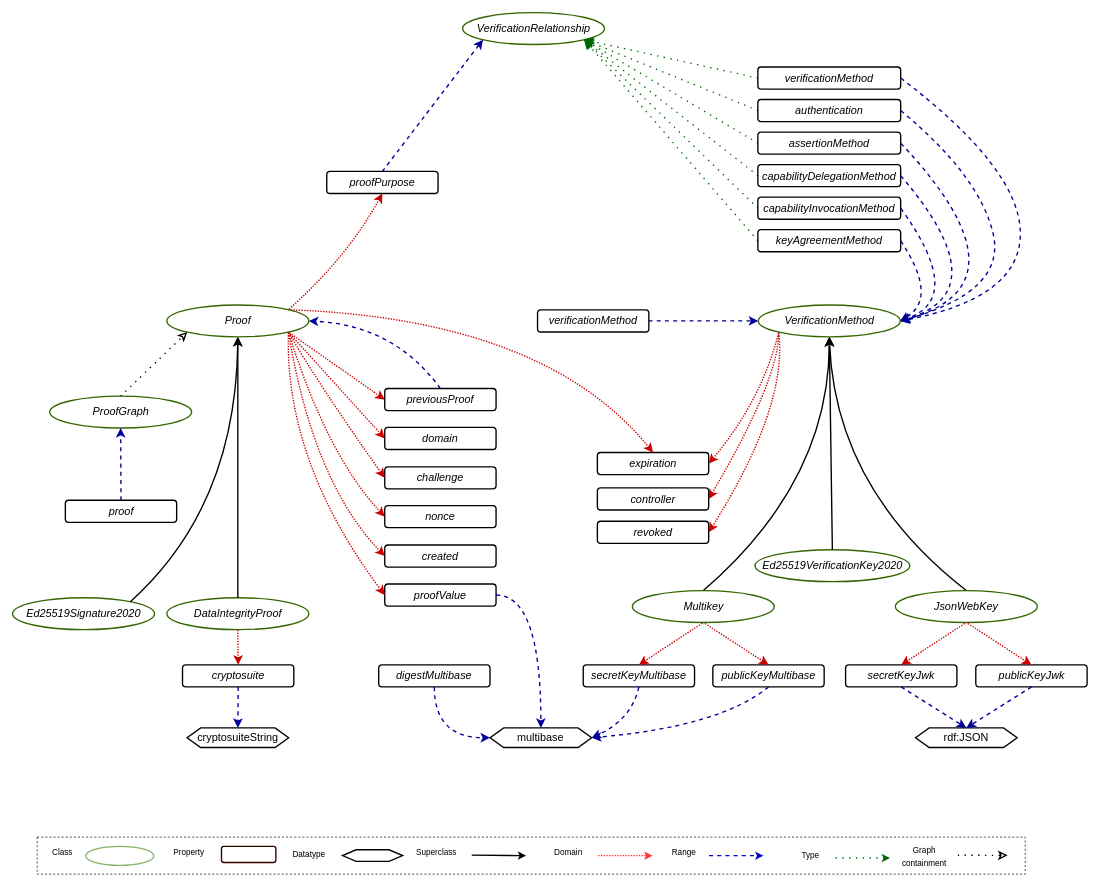
This is vocab/security/vocabulary.drawio from TallTed/vc-data-integrity, a draw.io file, before an edit. Source tidied: cells renumbered, new cells numbered last; positions are measured from the earlier drawing's top-left corner, leaving out a move shared by most shapes. Both pictures are drawn from the tidied source at 68%, with x=0, y=0 at pixel (12, 12).
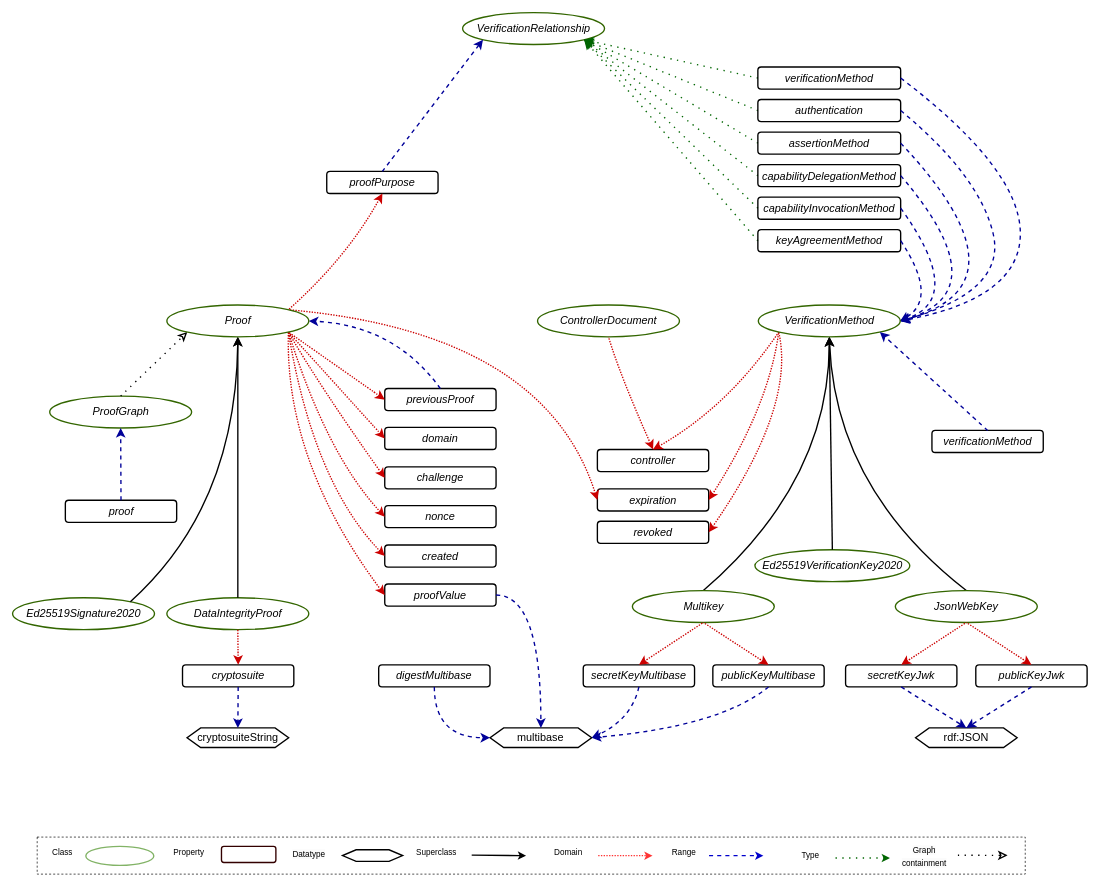
After the change.

Commit message (it also covers changes not shown here):
Added the new domain for the controller property, and modified the diagram

Unchanged cells that the change refers to:
```xml
<mxCell id="29" value="&lt;i&gt;revoked&lt;/i&gt;" style="rounded=1;whiteSpace=wrap;html=1;fontSize=16;fillColor=none;strokeWidth=2;" parent="1" vertex="1">
  <mxGeometry x="860" y="748" width="163.7" height="32.5" as="geometry" />
</mxCell>
<mxCell id="109" value="&lt;i&gt;VerificationMethod&lt;/i&gt;" style="ellipse;whiteSpace=wrap;html=1;fontSize=16;fillColor=none;strokeWidth=2;strokeColor=#336600;" parent="1" vertex="1">
  <mxGeometry x="1096.7" y="430" width="208.7" height="46.9" as="geometry" />
</mxCell>
<mxCell id="110" value="&lt;i&gt;Proof&lt;/i&gt;" style="ellipse;whiteSpace=wrap;html=1;fontSize=16;fillColor=none;strokeWidth=2;strokeColor=#336600;pointer-events=&quot;all&quot;;" parent="1" vertex="1">
  <mxGeometry x="226.9" y="430" width="208.7" height="46.9" as="geometry" />
</mxCell>
```

Change to the diagram source:
```diff
@@
     <mxCell id="28" value="&lt;i&gt;controller&lt;/i&gt;" style="rounded=1;whiteSpace=wrap;html=1;fontSize=16;fillColor=none;strokeWidth=2;" parent="1" vertex="1">
-      <mxGeometry x="860" y="699" width="163.7" height="32.5" as="geometry" />
+      <mxGeometry x="860" y="642.5" width="163.7" height="32.5" as="geometry" />
     </mxCell>
@@
-    <mxCell id="30" style="endArrow=none;html=1;rounded=0;fontSize=12;startSize=8;endSize=8;curved=1;exitX=1;exitY=0.5;exitDx=0;exitDy=0;entryX=0;entryY=1;entryDx=0;entryDy=0;dashed=1;strokeWidth=2;strokeColor=#CC0000;endFill=0;startArrow=classic;startFill=1;dashPattern=1 1;" parent="1" edge="1" source="28" target="109">
+    <mxCell id="30" style="endArrow=none;html=1;rounded=0;fontSize=12;startSize=8;endSize=8;curved=1;entryX=0;entryY=1;entryDx=0;entryDy=0;dashed=1;strokeWidth=2;strokeColor=#CC0000;endFill=0;startArrow=classic;startFill=1;dashPattern=1 1;exitX=0.5;exitY=0;exitDx=0;exitDy=0;" parent="1" edge="1" source="28" target="109">
       <mxGeometry relative="1" as="geometry">
         <Array as="points">
-          <mxPoint x="1127" y="540" />
+          <mxPoint x="1052" y="580" />
         </Array>
       </mxGeometry>
     </mxCell>
     <mxCell id="31" style="endArrow=none;html=1;rounded=0;fontSize=12;startSize=8;endSize=8;curved=1;exitX=1;exitY=0.5;exitDx=0;exitDy=0;entryX=0;entryY=1;entryDx=0;entryDy=0;dashed=1;strokeWidth=2;strokeColor=#CC0000;endFill=0;startArrow=classic;startFill=1;dashPattern=1 1;" parent="1" edge="1" source="29" target="109">
       <mxGeometry relative="1" as="geometry">
         <Array as="points">
-          <mxPoint x="1140" y="580" />
+          <mxPoint x="1152" y="580" />
         </Array>
       </mxGeometry>
     </mxCell>
@@
     <mxCell id="45" value="&lt;i&gt;expiration&lt;/i&gt;" style="rounded=1;whiteSpace=wrap;html=1;fontSize=16;fillColor=none;strokeWidth=2;" parent="1" vertex="1">
-      <mxGeometry x="860" y="647" width="163.7" height="32.5" as="geometry" />
+      <mxGeometry x="860" y="700.5" width="163.7" height="32.5" as="geometry" />
     </mxCell>
@@
-    <mxCell id="53" style="endArrow=none;html=1;rounded=0;fontSize=12;startSize=8;endSize=8;curved=1;exitX=0.5;exitY=0;exitDx=0;exitDy=0;entryX=1;entryY=0;entryDx=0;entryDy=0;dashed=1;strokeWidth=2;strokeColor=#CC0000;endFill=0;startArrow=classic;startFill=1;dashPattern=1 1;" parent="1" edge="1" source="45" target="110">
+    <mxCell id="53" style="endArrow=none;html=1;rounded=0;fontSize=12;startSize=8;endSize=8;curved=1;exitX=0;exitY=0.5;exitDx=0;exitDy=0;entryX=1;entryY=0;entryDx=0;entryDy=0;dashed=1;strokeWidth=2;strokeColor=#CC0000;endFill=0;startArrow=classic;startFill=1;dashPattern=1 1;" parent="1" edge="1" source="45" target="110">
       <mxGeometry relative="1" as="geometry">
         <Array as="points">
-          <mxPoint x="782" y="450" />
+          <mxPoint x="782" y="470" />
         </Array>
       </mxGeometry>
     </mxCell>
@@
     <mxCell id="86" style="endArrow=none;html=1;rounded=0;fontSize=12;startSize=8;endSize=8;curved=1;exitX=1;exitY=0.5;exitDx=0;exitDy=0;entryX=0;entryY=1;entryDx=0;entryDy=0;dashed=1;strokeWidth=2;strokeColor=#CC0000;endFill=0;startArrow=classic;startFill=1;dashPattern=1 1;" parent="1" edge="1" source="45" target="109">
       <mxGeometry relative="1" as="geometry">
         <Array as="points">
-          <mxPoint x="1102" y="570" />
+          <mxPoint x="1112" y="580" />
         </Array>
       </mxGeometry>
     </mxCell>
@@
     <mxCell id="111" value="&lt;i&gt;verificationMethod&lt;/i&gt;" style="rounded=1;whiteSpace=wrap;html=1;fontSize=16;fillColor=none;strokeWidth=2;" parent="1" vertex="1">
-      <mxGeometry x="772" y="437.2" width="163.7" height="32.5" as="geometry" />
+      <mxGeometry x="1352" y="614.5" width="163.7" height="32.5" as="geometry" />
     </mxCell>
-    <mxCell id="112" style="endArrow=classic;html=1;rounded=0;fontSize=12;startSize=8;endSize=8;curved=1;entryX=0;entryY=0.5;entryDx=0;entryDy=0;exitX=1;exitY=0.5;exitDx=0;exitDy=0;strokeColor=#000099;dashed=1;strokeWidth=2;" parent="1" edge="1" source="111" target="109">
+    <mxCell id="112" style="endArrow=classic;html=1;rounded=0;fontSize=12;startSize=8;endSize=8;curved=1;entryX=1;entryY=1;entryDx=0;entryDy=0;exitX=0.5;exitY=0;exitDx=0;exitDy=0;strokeColor=#000099;dashed=1;strokeWidth=2;" parent="1" edge="1" source="111" target="109">
       <mxGeometry relative="1" as="geometry" />
     </mxCell>
+    <mxCell id="113" value="&lt;i&gt;ControllerDocument&lt;/i&gt;" style="ellipse;whiteSpace=wrap;html=1;fontSize=16;fillColor=none;strokeWidth=2;strokeColor=#336600;" parent="1" vertex="1">
+      <mxGeometry x="772" y="430" width="208.7" height="46.9" as="geometry" />
+    </mxCell>
+    <mxCell id="114" style="endArrow=none;html=1;rounded=0;fontSize=12;startSize=8;endSize=8;curved=1;exitX=0.5;exitY=0;exitDx=0;exitDy=0;entryX=0.5;entryY=1;entryDx=0;entryDy=0;dashed=1;strokeWidth=2;strokeColor=#CC0000;endFill=0;startArrow=classic;startFill=1;dashPattern=1 1;" parent="1" edge="1" source="28" target="113">
+      <mxGeometry relative="1" as="geometry">
+        <Array as="points">
+          <mxPoint x="892" y="530" />
+        </Array>
+      </mxGeometry>
+    </mxCell>
```
